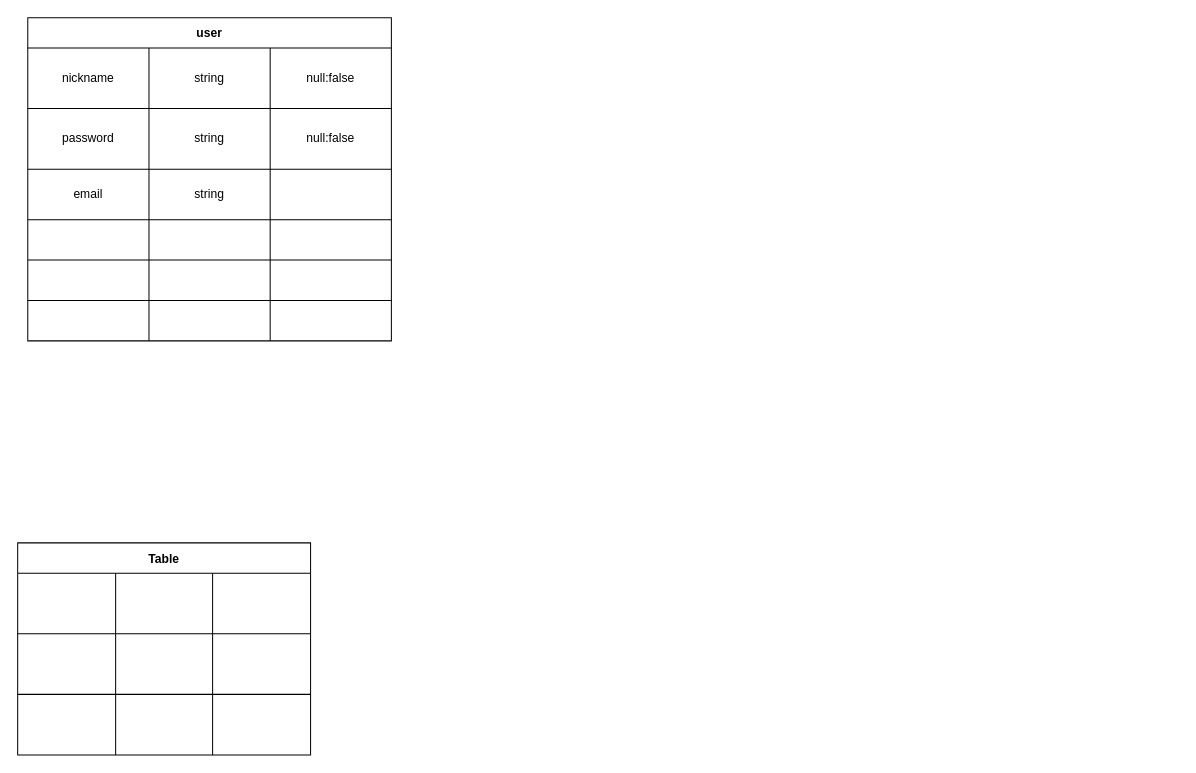
Earlier version of the draw.io diagram test.dio (tomatokirai/furima-38978). Source tidied: cells renumbered, new cells numbered last; positions are measured from the earlier drawing's top-left corner, leaving out a move shared by most shapes. Both pictures are drawn from the tidied source at 101%, with x=0, y=0 at pixel (17, 17).
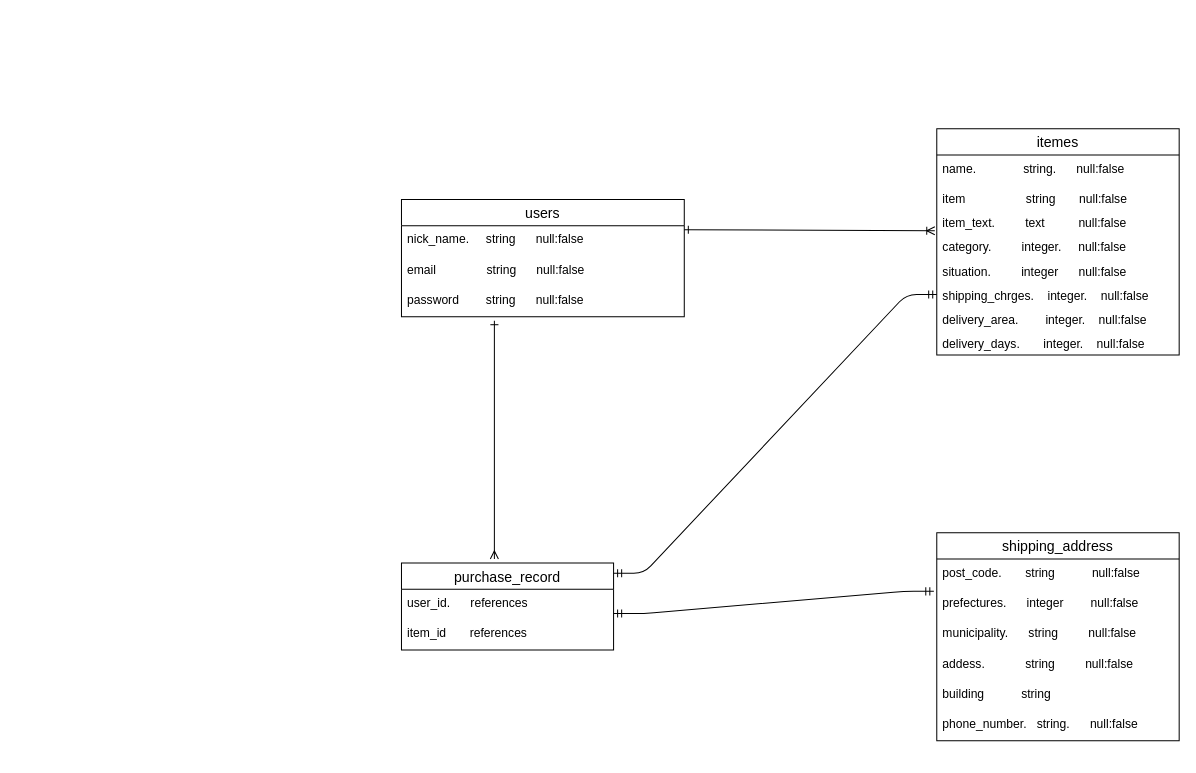
The same page after the edit.

What changed in the source:
```diff
@@
-    <mxCell id="3" value="user" style="shape=table;startSize=30;childLayout=tableLayout;fontStyle=1;align=center;" parent="1" vertex="1">
-      <mxGeometry x="10" width="360" height="320" as="geometry" />
-    </mxCell>
-    <mxCell id="4" style="shape=tableRow;horizontal=0;startSize=0;swimlaneHead=0;swimlaneBody=0;top=0;left=0;bottom=0;right=0;fillColor=none;" parent="3" vertex="1">
-      <mxGeometry y="30" width="360" height="60" as="geometry" />
-    </mxCell>
-    <mxCell id="5" value="nickname" style="shape=partialRectangle;html=1;whiteSpace=wrap;fillColor=none;top=0;left=0;bottom=0;right=0;overflow=hidden;" parent="4" vertex="1">
-      <mxGeometry width="120" height="60" as="geometry" />
-    </mxCell>
-    <mxCell id="6" value="string" style="shape=partialRectangle;html=1;whiteSpace=wrap;fillColor=none;top=0;left=0;bottom=0;right=0;overflow=hidden;" parent="4" vertex="1">
-      <mxGeometry x="120" width="120" height="60" as="geometry" />
-    </mxCell>
-    <mxCell id="7" value="null:false" style="shape=partialRectangle;html=1;whiteSpace=wrap;fillColor=none;top=0;left=0;bottom=0;right=0;overflow=hidden;" parent="4" vertex="1">
-      <mxGeometry x="240" width="120" height="60" as="geometry" />
-    </mxCell>
-    <mxCell id="8" style="shape=tableRow;horizontal=0;startSize=0;swimlaneHead=0;swimlaneBody=0;top=0;left=0;bottom=0;right=0;fillColor=none;" parent="3" vertex="1">
-      <mxGeometry y="90" width="360" height="60" as="geometry" />
-    </mxCell>
-    <mxCell id="9" value="password" style="shape=partialRectangle;html=1;whiteSpace=wrap;fillColor=none;top=0;left=0;bottom=0;right=0;overflow=hidden;" parent="8" vertex="1">
-      <mxGeometry width="120" height="60" as="geometry" />
-    </mxCell>
-    <mxCell id="10" value="string" style="shape=partialRectangle;html=1;whiteSpace=wrap;fillColor=none;top=0;left=0;bottom=0;right=0;overflow=hidden;" parent="8" vertex="1">
-      <mxGeometry x="120" width="120" height="60" as="geometry" />
-    </mxCell>
-    <mxCell id="11" value="null:false" style="shape=partialRectangle;html=1;whiteSpace=wrap;fillColor=none;top=0;left=0;bottom=0;right=0;overflow=hidden;" parent="8" vertex="1">
-      <mxGeometry x="240" width="120" height="60" as="geometry" />
-    </mxCell>
-    <mxCell id="12" style="shape=tableRow;horizontal=0;startSize=0;swimlaneHead=0;swimlaneBody=0;top=0;left=0;bottom=0;right=0;fillColor=none;" parent="3" vertex="1">
-      <mxGeometry y="150" width="360" height="50" as="geometry" />
-    </mxCell>
-    <mxCell id="13" value="email" style="shape=partialRectangle;html=1;whiteSpace=wrap;fillColor=none;top=0;left=0;bottom=0;right=0;overflow=hidden;" parent="12" vertex="1">
-      <mxGeometry width="120" height="50" as="geometry" />
-    </mxCell>
-    <mxCell id="14" value="string" style="shape=partialRectangle;html=1;whiteSpace=wrap;fillColor=none;top=0;left=0;bottom=0;right=0;overflow=hidden;" parent="12" vertex="1">
-      <mxGeometry x="120" width="120" height="50" as="geometry" />
-    </mxCell>
-    <mxCell id="15" style="shape=partialRectangle;html=1;whiteSpace=wrap;fillColor=none;top=0;left=0;bottom=0;right=0;overflow=hidden;" parent="12" vertex="1">
-      <mxGeometry x="240" width="120" height="50" as="geometry" />
-    </mxCell>
-    <mxCell id="16" style="shape=tableRow;horizontal=0;startSize=0;swimlaneHead=0;swimlaneBody=0;top=0;left=0;bottom=0;right=0;fillColor=none;" parent="3" vertex="1">
-      <mxGeometry y="200" width="360" height="40" as="geometry" />
-    </mxCell>
-    <mxCell id="17" style="shape=partialRectangle;html=1;whiteSpace=wrap;fillColor=none;top=0;left=0;bottom=0;right=0;overflow=hidden;" parent="16" vertex="1">
-      <mxGeometry width="120" height="40" as="geometry" />
-    </mxCell>
-    <mxCell id="18" style="shape=partialRectangle;html=1;whiteSpace=wrap;fillColor=none;top=0;left=0;bottom=0;right=0;overflow=hidden;" parent="16" vertex="1">
-      <mxGeometry x="120" width="120" height="40" as="geometry" />
-    </mxCell>
-    <mxCell id="19" style="shape=partialRectangle;html=1;whiteSpace=wrap;fillColor=none;top=0;left=0;bottom=0;right=0;overflow=hidden;" parent="16" vertex="1">
-      <mxGeometry x="240" width="120" height="40" as="geometry" />
-    </mxCell>
-    <mxCell id="20" style="shape=tableRow;horizontal=0;startSize=0;swimlaneHead=0;swimlaneBody=0;top=0;left=0;bottom=0;right=0;fillColor=none;" parent="3" vertex="1">
-      <mxGeometry y="240" width="360" height="40" as="geometry" />
-    </mxCell>
-    <mxCell id="21" style="shape=partialRectangle;html=1;whiteSpace=wrap;fillColor=none;top=0;left=0;bottom=0;right=0;overflow=hidden;" parent="20" vertex="1">
-      <mxGeometry width="120" height="40" as="geometry" />
-    </mxCell>
-    <mxCell id="22" style="shape=partialRectangle;html=1;whiteSpace=wrap;fillColor=none;top=0;left=0;bottom=0;right=0;overflow=hidden;" parent="20" vertex="1">
-      <mxGeometry x="120" width="120" height="40" as="geometry" />
-    </mxCell>
-    <mxCell id="23" style="shape=partialRectangle;html=1;whiteSpace=wrap;fillColor=none;top=0;left=0;bottom=0;right=0;overflow=hidden;" parent="20" vertex="1">
-      <mxGeometry x="240" width="120" height="40" as="geometry" />
-    </mxCell>
-    <mxCell id="24" style="shape=tableRow;horizontal=0;startSize=0;swimlaneHead=0;swimlaneBody=0;top=0;left=0;bottom=0;right=0;fillColor=none;" parent="3" vertex="1">
-      <mxGeometry y="280" width="360" height="40" as="geometry" />
-    </mxCell>
-    <mxCell id="25" style="shape=partialRectangle;html=1;whiteSpace=wrap;fillColor=none;top=0;left=0;bottom=0;right=0;overflow=hidden;" parent="24" vertex="1">
-      <mxGeometry width="120" height="40" as="geometry" />
-    </mxCell>
-    <mxCell id="26" style="shape=partialRectangle;html=1;whiteSpace=wrap;fillColor=none;top=0;left=0;bottom=0;right=0;overflow=hidden;" parent="24" vertex="1">
-      <mxGeometry x="120" width="120" height="40" as="geometry" />
-    </mxCell>
-    <mxCell id="27" style="shape=partialRectangle;html=1;whiteSpace=wrap;fillColor=none;top=0;left=0;bottom=0;right=0;overflow=hidden;" parent="24" vertex="1">
-      <mxGeometry x="240" width="120" height="40" as="geometry" />
-    </mxCell>
-    <mxCell id="28" value="Table" style="shape=table;startSize=30;childLayout=tableLayout;fontStyle=1;align=center;" parent="1" vertex="1">
-      <mxGeometry y="520" width="290" height="210" as="geometry" />
-    </mxCell>
-    <mxCell id="29" style="shape=tableRow;horizontal=0;startSize=0;swimlaneHead=0;swimlaneBody=0;top=0;left=0;bottom=0;right=0;fillColor=none;" parent="28" vertex="1">
-      <mxGeometry y="30" width="290" height="60" as="geometry" />
-    </mxCell>
-    <mxCell id="30" style="shape=partialRectangle;html=1;whiteSpace=wrap;fillColor=none;top=0;left=0;bottom=0;right=0;overflow=hidden;" parent="29" vertex="1">
-      <mxGeometry width="97" height="60" as="geometry" />
-    </mxCell>
-    <mxCell id="31" style="shape=partialRectangle;html=1;whiteSpace=wrap;fillColor=none;top=0;left=0;bottom=0;right=0;overflow=hidden;" parent="29" vertex="1">
-      <mxGeometry x="97" width="96" height="60" as="geometry" />
-    </mxCell>
-    <mxCell id="32" style="shape=partialRectangle;html=1;whiteSpace=wrap;fillColor=none;top=0;left=0;bottom=0;right=0;overflow=hidden;" parent="29" vertex="1">
-      <mxGeometry x="193" width="97" height="60" as="geometry" />
-    </mxCell>
-    <mxCell id="33" style="shape=tableRow;horizontal=0;startSize=0;swimlaneHead=0;swimlaneBody=0;top=0;left=0;bottom=0;right=0;fillColor=none;" parent="28" vertex="1">
-      <mxGeometry y="90" width="290" height="60" as="geometry" />
-    </mxCell>
-    <mxCell id="34" style="shape=partialRectangle;html=1;whiteSpace=wrap;fillColor=none;top=0;left=0;bottom=0;right=0;overflow=hidden;" parent="33" vertex="1">
-      <mxGeometry width="97" height="60" as="geometry" />
-    </mxCell>
-    <mxCell id="35" style="shape=partialRectangle;html=1;whiteSpace=wrap;fillColor=none;top=0;left=0;bottom=0;right=0;overflow=hidden;" parent="33" vertex="1">
-      <mxGeometry x="97" width="96" height="60" as="geometry" />
-    </mxCell>
-    <mxCell id="36" style="shape=partialRectangle;html=1;whiteSpace=wrap;fillColor=none;top=0;left=0;bottom=0;right=0;overflow=hidden;" parent="33" vertex="1">
-      <mxGeometry x="193" width="97" height="60" as="geometry" />
-    </mxCell>
-    <mxCell id="37" style="shape=tableRow;horizontal=0;startSize=0;swimlaneHead=0;swimlaneBody=0;top=0;left=0;bottom=0;right=0;fillColor=none;" parent="28" vertex="1">
-      <mxGeometry y="150" width="290" height="60" as="geometry" />
-    </mxCell>
-    <mxCell id="38" style="shape=partialRectangle;html=1;whiteSpace=wrap;fillColor=none;top=0;left=0;bottom=0;right=0;overflow=hidden;" parent="37" vertex="1">
-      <mxGeometry width="97" height="60" as="geometry" />
-    </mxCell>
-    <mxCell id="39" style="shape=partialRectangle;html=1;whiteSpace=wrap;fillColor=none;top=0;left=0;bottom=0;right=0;overflow=hidden;" parent="37" vertex="1">
-      <mxGeometry x="97" width="96" height="60" as="geometry" />
-    </mxCell>
-    <mxCell id="40" style="shape=partialRectangle;html=1;whiteSpace=wrap;fillColor=none;top=0;left=0;bottom=0;right=0;overflow=hidden;" parent="37" vertex="1">
-      <mxGeometry x="193" width="97" height="60" as="geometry" />
-    </mxCell>
+    <mxCell id="41" value="users" style="swimlane;fontStyle=0;horizontal=1;startSize=26;align=center;fontSize=14;" parent="1" vertex="1">
+      <mxGeometry x="380" y="180" width="280" height="116" as="geometry" />
+    </mxCell>
+    <mxCell id="42" value="nick_name.     string      null:false     " style="text;strokeColor=none;fillColor=none;spacingLeft=4;spacingRight=4;overflow=hidden;fontSize=12;" parent="41" vertex="1">
+      <mxGeometry y="26" width="280" height="30" as="geometry" />
+    </mxCell>
+    <mxCell id="43" value="email               string      null:false      " style="text;strokeColor=none;fillColor=none;spacingLeft=4;spacingRight=4;overflow=hidden;fontSize=12;" parent="41" vertex="1">
+      <mxGeometry y="56" width="280" height="30" as="geometry" />
+    </mxCell>
+    <mxCell id="44" value="password        string      null:false" style="text;strokeColor=none;fillColor=none;spacingLeft=4;spacingRight=4;overflow=hidden;fontSize=12;" parent="41" vertex="1">
+      <mxGeometry y="86" width="280" height="30" as="geometry" />
+    </mxCell>
+    <mxCell id="45" value="purchase_record" style="swimlane;fontStyle=0;horizontal=1;startSize=26;align=center;fontSize=14;" parent="1" vertex="1">
+      <mxGeometry x="380" y="540" width="210" height="86" as="geometry" />
+    </mxCell>
+    <mxCell id="46" value="user_id.      references" style="text;strokeColor=none;fillColor=none;spacingLeft=4;spacingRight=4;overflow=hidden;fontSize=12;" parent="45" vertex="1">
+      <mxGeometry y="26" width="210" height="30" as="geometry" />
+    </mxCell>
+    <mxCell id="47" value="item_id       references" style="text;strokeColor=none;fillColor=none;spacingLeft=4;spacingRight=4;overflow=hidden;fontSize=12;" parent="45" vertex="1">
+      <mxGeometry y="56" width="210" height="30" as="geometry" />
+    </mxCell>
+    <mxCell id="48" value="shipping_address" style="swimlane;fontStyle=0;horizontal=1;startSize=26;align=center;fontSize=14;" parent="1" vertex="1">
+      <mxGeometry x="910" y="510" width="240" height="206" as="geometry" />
+    </mxCell>
+    <mxCell id="49" value="post_code.       string           null:false" style="text;strokeColor=none;fillColor=none;spacingLeft=4;spacingRight=4;overflow=hidden;points=[[0,0.5],[1,0.5]];portConstraint=eastwest;fontSize=12;" parent="48" vertex="1">
+      <mxGeometry y="26" width="240" height="30" as="geometry" />
+    </mxCell>
+    <mxCell id="50" value="prefectures.      integer        null:false" style="text;strokeColor=none;fillColor=none;spacingLeft=4;spacingRight=4;overflow=hidden;fontSize=12;" parent="48" vertex="1">
+      <mxGeometry y="56" width="240" height="30" as="geometry" />
+    </mxCell>
+    <mxCell id="51" value="municipality.      string         null:false" style="text;strokeColor=none;fillColor=none;spacingLeft=4;spacingRight=4;overflow=hidden;fontSize=12;" parent="48" vertex="1">
+      <mxGeometry y="86" width="240" height="30" as="geometry" />
+    </mxCell>
+    <mxCell id="52" value="addess.            string         null:false" style="text;strokeColor=none;fillColor=none;spacingLeft=4;spacingRight=4;overflow=hidden;fontSize=12;" parent="48" vertex="1">
+      <mxGeometry y="116" width="240" height="30" as="geometry" />
+    </mxCell>
+    <mxCell id="53" value="building           string         " style="text;strokeColor=none;fillColor=none;spacingLeft=4;spacingRight=4;overflow=hidden;fontSize=12;" parent="48" vertex="1">
+      <mxGeometry y="146" width="240" height="30" as="geometry" />
+    </mxCell>
+    <mxCell id="54" value="phone_number.   string.      null:false" style="text;strokeColor=none;fillColor=none;spacingLeft=4;spacingRight=4;overflow=hidden;fontSize=12;" parent="48" vertex="1">
+      <mxGeometry y="176" width="240" height="30" as="geometry" />
+    </mxCell>
+    <mxCell id="55" value="itemes" style="swimlane;fontStyle=0;horizontal=1;startSize=26;align=center;fontSize=14;" parent="1" vertex="1">
+      <mxGeometry x="910" y="110" width="240" height="224" as="geometry" />
+    </mxCell>
+    <mxCell id="56" value="name.              string.      null:false" style="text;strokeColor=none;fillColor=none;spacingLeft=4;spacingRight=4;overflow=hidden;fontSize=12;" parent="55" vertex="1">
+      <mxGeometry y="26" width="240" height="30" as="geometry" />
+    </mxCell>
+    <mxCell id="57" value="item                  string       null:false" style="text;strokeColor=none;fillColor=none;spacingLeft=4;spacingRight=4;overflow=hidden;fontSize=12;" parent="55" vertex="1">
+      <mxGeometry y="56" width="240" height="24" as="geometry" />
+    </mxCell>
+    <mxCell id="58" value="item_text.         text          null:false" style="text;strokeColor=none;fillColor=none;spacingLeft=4;spacingRight=4;overflow=hidden;points=[[0,0.5],[1,0.5]];portConstraint=eastwest;fontSize=12;" parent="55" vertex="1">
+      <mxGeometry y="80" width="240" height="24" as="geometry" />
+    </mxCell>
+    <mxCell id="59" value="category.         integer.     null:false" style="text;strokeColor=none;fillColor=none;spacingLeft=4;spacingRight=4;overflow=hidden;fontSize=12;" parent="55" vertex="1">
+      <mxGeometry y="104" width="240" height="24" as="geometry" />
+    </mxCell>
+    <mxCell id="60" value="situation.         integer      null:false" style="text;strokeColor=none;fillColor=none;spacingLeft=4;spacingRight=4;overflow=hidden;fontSize=12;" parent="55" vertex="1">
+      <mxGeometry y="128" width="240" height="24" as="geometry" />
+    </mxCell>
+    <mxCell id="61" value="shipping_chrges.    integer.    null:false" style="text;strokeColor=none;fillColor=none;spacingLeft=4;spacingRight=4;overflow=hidden;points=[[0,0.5],[1,0.5]];portConstraint=eastwest;fontSize=12;" parent="55" vertex="1">
+      <mxGeometry y="152" width="240" height="24" as="geometry" />
+    </mxCell>
+    <mxCell id="62" value="delivery_area.        integer.    null:false" style="text;strokeColor=none;fillColor=none;spacingLeft=4;spacingRight=4;overflow=hidden;fontSize=12;" parent="55" vertex="1">
+      <mxGeometry y="176" width="240" height="24" as="geometry" />
+    </mxCell>
+    <mxCell id="63" value="delivery_days.       integer.    null:false" style="text;strokeColor=none;fillColor=none;spacingLeft=4;spacingRight=4;overflow=hidden;fontSize=12;" parent="55" vertex="1">
+      <mxGeometry y="200" width="240" height="24" as="geometry" />
+    </mxCell>
+    <mxCell id="64" style="edgeStyle=entityRelationEdgeStyle;fontSize=12;html=1;endArrow=ERmandOne;startArrow=ERmandOne;entryX=0;entryY=0.5;entryDx=0;entryDy=0;" parent="1" edge="1" target="61">
+      <mxGeometry relative="1" as="geometry">
+        <mxPoint x="590" y="550" as="sourcePoint" />
+      </mxGeometry>
+    </mxCell>
+    <mxCell id="65" style="fontSize=12;html=1;endArrow=ERoneToMany;startArrow=ERone;startFill=0;endFill=0;entryX=-0.008;entryY=0.875;entryDx=0;entryDy=0;entryPerimeter=0;" parent="1" edge="1" target="58">
+      <mxGeometry relative="1" as="geometry">
+        <mxPoint x="660" y="210" as="sourcePoint" />
+      </mxGeometry>
+    </mxCell>
+    <mxCell id="66" style="edgeStyle=entityRelationEdgeStyle;fontSize=12;html=1;endArrow=ERmandOne;startArrow=ERmandOne;entryX=-0.012;entryY=1.067;entryDx=0;entryDy=0;entryPerimeter=0;" parent="1" edge="1" target="49">
+      <mxGeometry relative="1" as="geometry">
+        <mxPoint x="590" y="590" as="sourcePoint" />
+      </mxGeometry>
+    </mxCell>
+    <mxCell id="67" style="fontSize=12;html=1;endArrow=ERone;startArrow=ERmany;endFill=0;startFill=0;exitX=0.438;exitY=-0.047;exitDx=0;exitDy=0;exitPerimeter=0;" parent="1" edge="1" source="45">
+      <mxGeometry relative="1" as="geometry">
+        <mxPoint x="472" y="300" as="targetPoint" />
+      </mxGeometry>
+    </mxCell>
```
